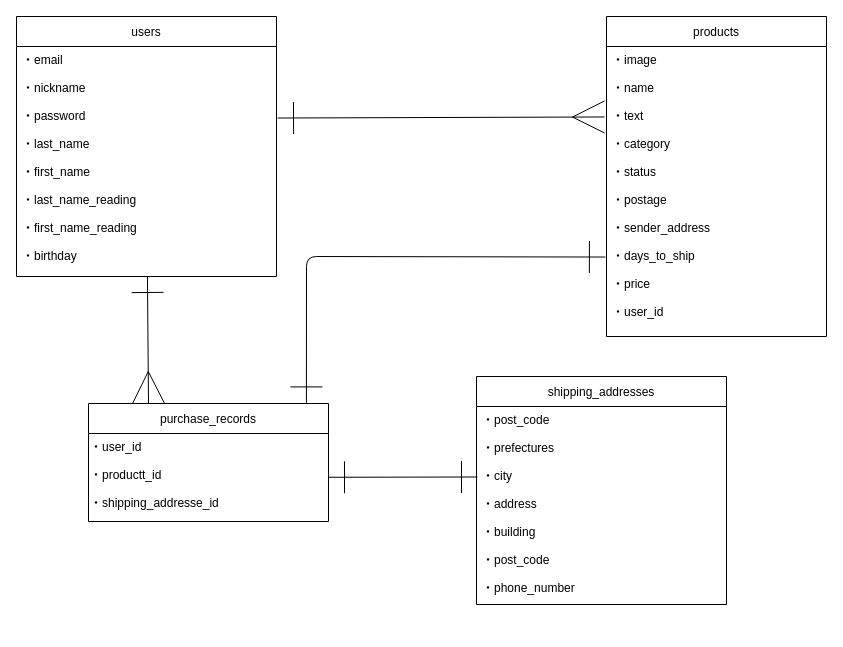
Osue1/furima-38186 keeps this draw.io diagram as ER.dio. Above is the earlier version. Source tidied: cells renumbered, new cells numbered last; positions are measured from the earlier drawing's top-left corner, leaving out a move shared by most shapes. Both pictures are drawn from the tidied source at 100%, with x=0, y=0 at pixel (16, 16).
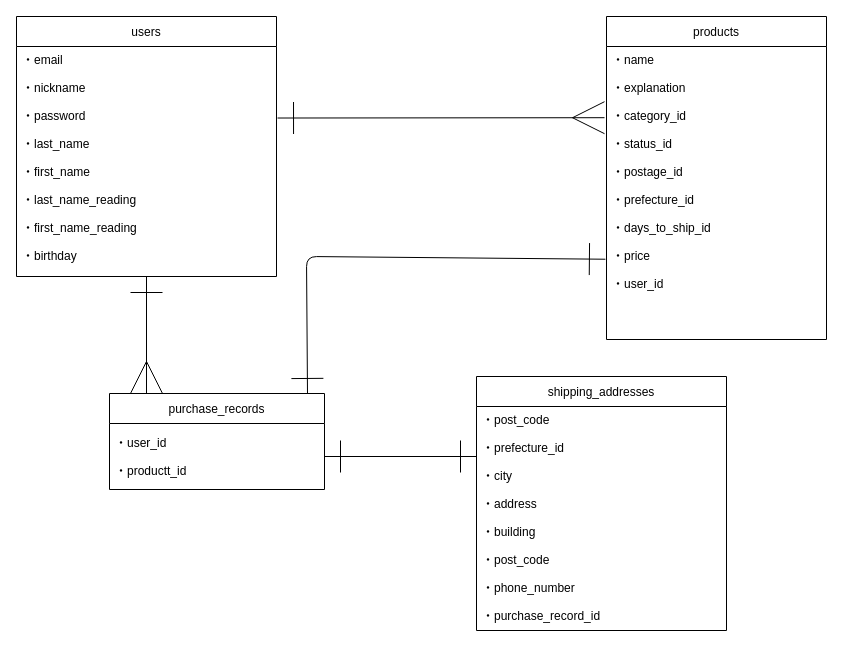
After the change.

Commit message (it also covers changes not shown here):
ER.dioとREADME.mdの再修正

The edit, as a diff of the source:
```diff
@@
 <mxGraphModel>
   <root>
     <mxCell id="0" />
     <mxCell id="1" parent="0" />
     <mxCell id="2" style="edgeStyle=none;html=1;exitX=1.004;exitY=0.311;exitDx=0;exitDy=0;endArrow=ERmany;endFill=0;endSize=30;startArrow=ERone;startFill=0;targetPerimeterSpacing=0;sourcePerimeterSpacing=0;startSize=30;entryX=-0.009;entryY=0.243;entryDx=0;entryDy=0;entryPerimeter=0;exitPerimeter=0;spacing=0;" parent="1" edge="1" source="4" target="6">
       <mxGeometry relative="1" as="geometry" />
     </mxCell>
     <mxCell id="3" value="users" style="swimlane;fontStyle=0;horizontal=1;startSize=30;" parent="1" vertex="1">
       <mxGeometry width="260" height="260" as="geometry" />
     </mxCell>
     <mxCell id="4" value="・email&#10;&#10;・nickname&#10;&#10;・password&#10;&#10;・last_name&#10;&#10;・first_name&#10;&#10;・last_name_reading&#10;&#10;・first_name_reading&#10;&#10;・birthday" style="text;strokeColor=none;fillColor=none;align=left;verticalAlign=top;spacingLeft=4;spacingRight=4;overflow=hidden;points=[[0,0.5],[1,0.5]];portConstraint=eastwest;" parent="3" vertex="1">
       <mxGeometry y="30" width="260" height="230" as="geometry" />
     </mxCell>
     <mxCell id="5" value="products" style="swimlane;fontStyle=0;horizontal=1;startSize=30;" parent="1" vertex="1">
-      <mxGeometry x="590" width="220" height="320" as="geometry" />
+      <mxGeometry x="590" width="220" height="323" as="geometry" />
     </mxCell>
-    <mxCell id="6" value="・image&#10;&#10;・name&#10;&#10;・text&#10;&#10;・category&#10;&#10;・status&#10;&#10;・postage&#10;&#10;・sender_address&#10;&#10;・days_to_ship&#10;&#10;・price&#10;&#10;・user_id" style="text;strokeColor=none;fillColor=none;align=left;verticalAlign=top;spacingLeft=4;spacingRight=4;overflow=hidden;points=[[0,0.5],[1,0.5]];portConstraint=eastwest;" parent="5" vertex="1">
-      <mxGeometry y="30" width="220" height="290" as="geometry" />
+    <mxCell id="6" value="・name&#10;&#10;・explanation&#10;&#10;・category_id&#10;&#10;・status_id&#10;&#10;・postage_id&#10;&#10;・prefecture_id&#10;&#10;・days_to_ship_id&#10;&#10;・price&#10;&#10;・user_id" style="text;strokeColor=none;fillColor=none;align=left;verticalAlign=top;spacingLeft=4;spacingRight=4;overflow=hidden;points=[[0,0.5],[1,0.5]];portConstraint=eastwest;" parent="5" vertex="1">
+      <mxGeometry y="30" width="220" height="293" as="geometry" />
     </mxCell>
-    <mxCell id="7" value="purchase_records" style="swimlane;fontStyle=0;horizontal=1;startSize=30;" parent="1" vertex="1">
-      <mxGeometry x="72" y="387" width="240" height="118" as="geometry" />
-    </mxCell>
-    <mxCell id="8" value="・user_id&#10;&#10;・productt_id&#10;&#10;・shipping_addresse_id&#10;&#10;" style="text;align=left;verticalAlign=top;points=[];strokeColor=none;fillColor=none;" parent="7" vertex="1">
-      <mxGeometry y="30" width="240" height="88" as="geometry" />
-    </mxCell>
     <mxCell id="9" value="shipping_addresses" style="swimlane;fontStyle=0;horizontal=1;startSize=30;" parent="1" vertex="1">
-      <mxGeometry x="460" y="360" width="250" height="228" as="geometry" />
+      <mxGeometry x="460" y="360" width="250" height="254" as="geometry" />
     </mxCell>
-    <mxCell id="10" value="・post_code&#10;&#10;・prefectures&#10;&#10;・city&#10;&#10;・address&#10;&#10;・building&#10;&#10;・post_code&#10;&#10;・phone_number" style="text;strokeColor=none;fillColor=none;align=left;verticalAlign=top;spacingLeft=4;spacingRight=4;overflow=hidden;points=[[0,0.5],[1,0.5]];portConstraint=eastwest;" parent="9" vertex="1">
-      <mxGeometry y="30" width="250" height="198" as="geometry" />
+    <mxCell id="10" value="・post_code&#10;&#10;・prefecture_id&#10;&#10;・city&#10;&#10;・address&#10;&#10;・building&#10;&#10;・post_code&#10;&#10;・phone_number&#10;&#10;・purchase_record_id" style="text;strokeColor=none;fillColor=none;align=left;verticalAlign=top;spacingLeft=4;spacingRight=4;overflow=hidden;points=[[0,0.5],[1,0.5]];portConstraint=eastwest;" parent="9" vertex="1">
+      <mxGeometry y="30" width="250" height="224" as="geometry" />
     </mxCell>
-    <mxCell id="11" style="edgeStyle=none;html=1;entryX=0.25;entryY=0;entryDx=0;entryDy=0;startArrow=ERone;startFill=0;endArrow=ERmany;endFill=0;startSize=30;endSize=30;sourcePerimeterSpacing=0;targetPerimeterSpacing=0;" parent="1" edge="1" source="4" target="7">
-      <mxGeometry relative="1" as="geometry" />
-    </mxCell>
-    <mxCell id="12" style="edgeStyle=none;html=1;startArrow=ERone;startFill=0;endArrow=ERone;endFill=0;startSize=30;endSize=30;sourcePerimeterSpacing=0;targetPerimeterSpacing=0;entryX=0.004;entryY=0.356;entryDx=0;entryDy=0;entryPerimeter=0;" parent="1" edge="1" source="8" target="10">
-      <mxGeometry relative="1" as="geometry" />
+    <mxCell id="12" style="edgeStyle=none;html=1;startArrow=ERone;startFill=0;endArrow=ERone;endFill=0;startSize=30;endSize=30;sourcePerimeterSpacing=0;targetPerimeterSpacing=0;exitX=1;exitY=0.5;exitDx=0;exitDy=0;" parent="1" edge="1" source="14">
+      <mxGeometry relative="1" as="geometry">
+        <mxPoint x="460" y="440" as="targetPoint" />
+      </mxGeometry>
     </mxCell>
-    <mxCell id="13" style="edgeStyle=none;html=1;entryX=0.908;entryY=-0.005;entryDx=0;entryDy=0;entryPerimeter=0;startArrow=ERone;startFill=0;endArrow=ERone;endFill=0;startSize=30;endSize=30;sourcePerimeterSpacing=0;targetPerimeterSpacing=0;exitX=-0.005;exitY=0.726;exitDx=0;exitDy=0;exitPerimeter=0;" parent="1" edge="1" source="6" target="7">
+    <mxCell id="13" style="edgeStyle=none;html=1;startArrow=ERone;startFill=0;endArrow=ERone;endFill=0;startSize=30;endSize=30;sourcePerimeterSpacing=0;targetPerimeterSpacing=0;exitX=-0.005;exitY=0.726;exitDx=0;exitDy=0;exitPerimeter=0;entryX=0.921;entryY=0.01;entryDx=0;entryDy=0;entryPerimeter=0;" parent="1" edge="1" source="6" target="7">
       <mxGeometry relative="1" as="geometry">
         <Array as="points">
           <mxPoint x="290" y="240" />
         </Array>
       </mxGeometry>
     </mxCell>
+    <mxCell id="7" value="purchase_records" style="swimlane;fontStyle=0;horizontal=1;startSize=30;html=0;" parent="1" vertex="1">
+      <mxGeometry x="93" y="377" width="215" height="96" as="geometry" />
+    </mxCell>
+    <mxCell id="14" value="・user_id&#10;&#10;・productt_id" style="text;strokeColor=none;fillColor=none;align=left;verticalAlign=middle;spacingLeft=4;spacingRight=4;overflow=hidden;points=[[0,0.5],[1,0.5]];portConstraint=eastwest;html=0;" parent="7" vertex="1">
+      <mxGeometry y="30" width="215" height="66" as="geometry" />
+    </mxCell>
+    <mxCell id="15" style="edgeStyle=none;html=1;startArrow=ERone;startFill=0;endArrow=ERmany;endFill=0;startSize=30;endSize=30;sourcePerimeterSpacing=0;" parent="1" edge="1" source="4">
+      <mxGeometry relative="1" as="geometry">
+        <mxPoint x="130" y="377" as="targetPoint" />
+      </mxGeometry>
+    </mxCell>
   </root>
 </mxGraphModel>
```
